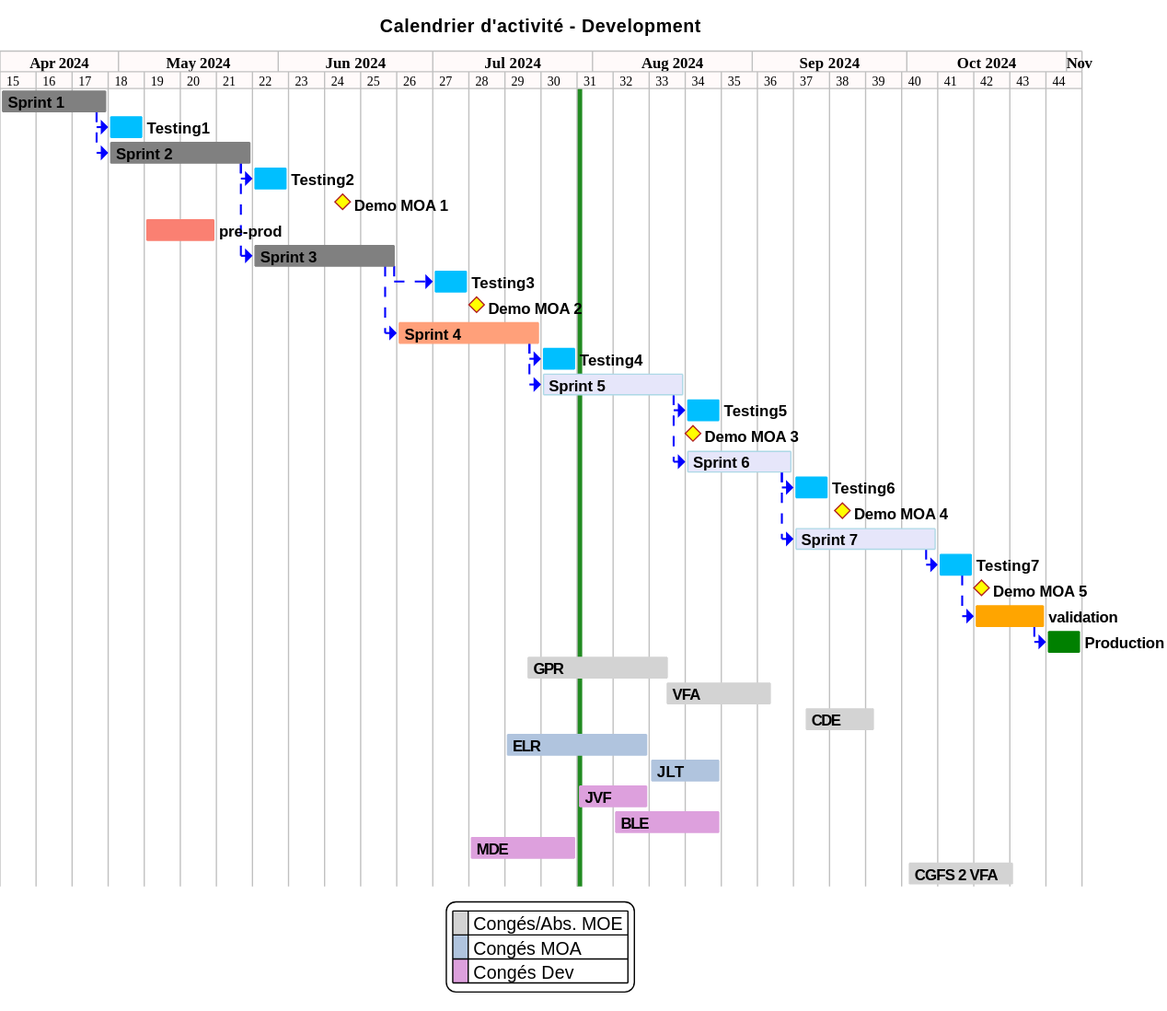
The PlantUML diagram projects/activity-calendar/not/images/refonte-activity-calendar-planning-sprints.svg in sumaris-net/sumaris-doc, before a commit.
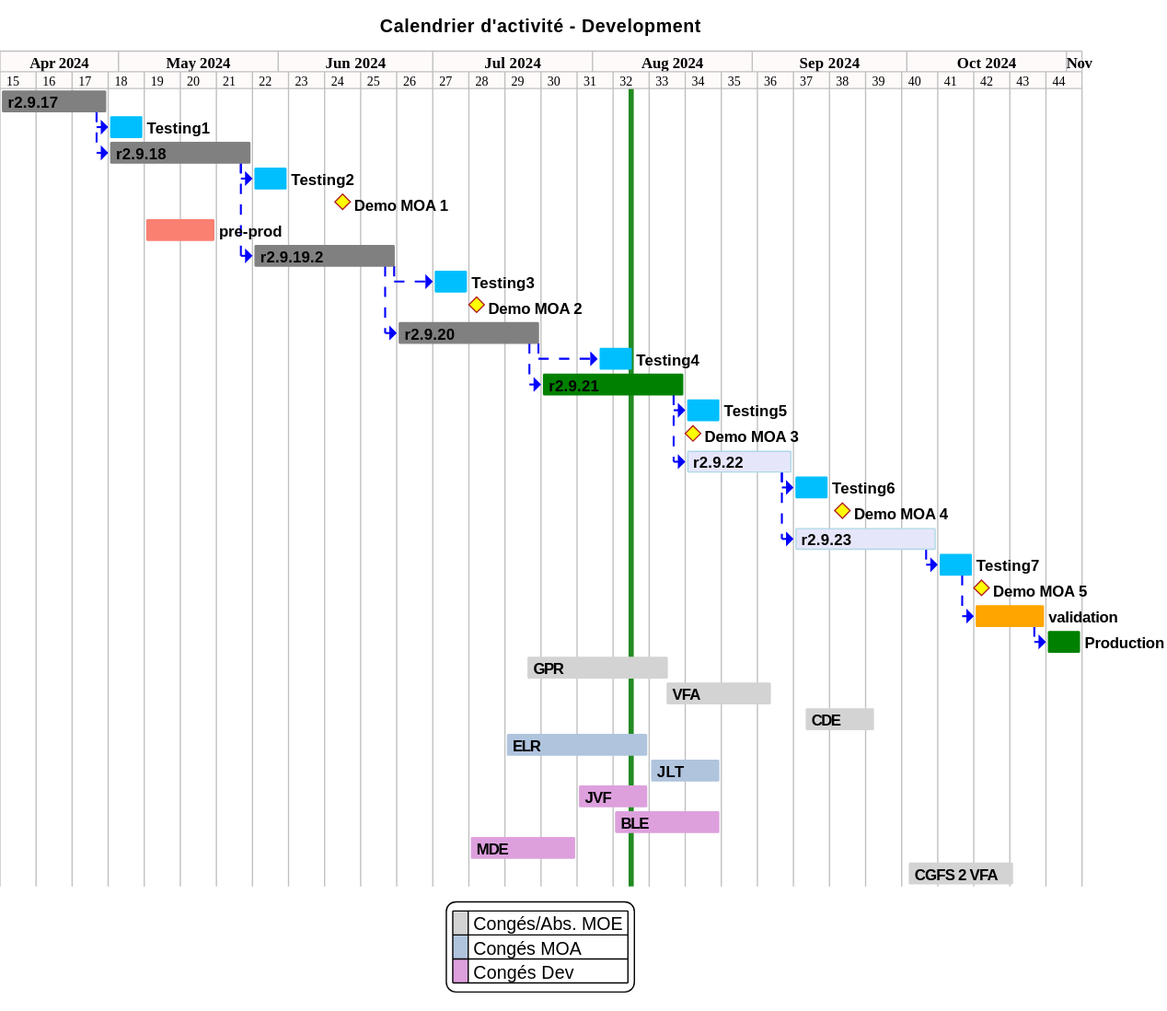
After the change.

Commit message:
[not] Update ActiFlot, ObsVentes planning

Change to the diagram source:
```diff
@@ -71,14 +71,14 @@
 
 Project starts the 2024/04/08
 
-[Sprint 1] as [TASK1] requires 3 weeks
+[r2.9.17] as [TASK1] requires 3 weeks
 [TASK1] is colored in grey
 
 [Testing1] requires 1 week
 [TASK1]->[Testing1]
 
 
-[Sprint 2] as [TASK2] requires 4 weeks
+[r2.9.18] as [TASK2] requires 4 weeks
 [TASK2] is colored in Grey
 [TASK1]->[TASK2]
 [Testing2] requires 1 week
@@ -88,35 +88,35 @@
 [pre-prod] as [PREPROD] requires 2 week and starts the 6th of May 2024
 [PREPROD] is colored in salmon
 
-[Sprint 3] as [TASK3] requires 4 weeks
+[r2.9.19.2] as [TASK3] requires 4 weeks
 [TASK3] is colored in grey
 [TASK2]->[TASK3]
 [Testing3] requires 1 week and starts the 1th of July 2024
 [TASK3]->[Testing3]
 [Demo MOA 2] happens 9th of July 2024
 
-[Sprint 4] as [TASK4] requires 4 weeks
-[TASK4] is colored in lightsalmon
+[r2.9.20] as [TASK4] requires 4 weeks
+[TASK4] is colored in grey
 [TASK3]->[TASK4]
-[Testing4] requires 1 week
+[Testing4] requires 1 week and starts the 2th of August 2024
 [TASK4]->[Testing4]
 
 
-[Sprint 5] as [TASK5] requires 4 weeks
-[TASK5] is colored in Lavender/LightBlue
+[r2.9.21] as [TASK5] requires 4 weeks
+[TASK5] is colored in green
 [TASK4]->[TASK5]
 [Testing5] requires 1 week and starts the 5th of August 2024
 [TASK5]->[Testing5]
 [Demo MOA 3] happens 20th of August 2024
 
-[Sprint 6] as [TASK6] requires 3 weeks and starts the 5th of August 2024
+[r2.9.22] as [TASK6] requires 3 weeks and starts the 5th of August 2024
 [TASK6] is colored in Lavender/LightBlue
 [TASK5]->[TASK6]
 [Testing6] requires 1 week
 [TASK6]->[Testing6]
 [Demo MOA 4] happens 3 day after [Testing6]'s end
 
-[Sprint 7] as [TASK7] requires 4 weeks and starts the 2th of September 2024
+[r2.9.23] as [TASK7] requires 4 weeks and starts the 2th of September 2024
 [TASK7] is colored in Lavender/LightBlue
 [TASK6]->[TASK7]
 [TASK7]->[Testing7]
```
